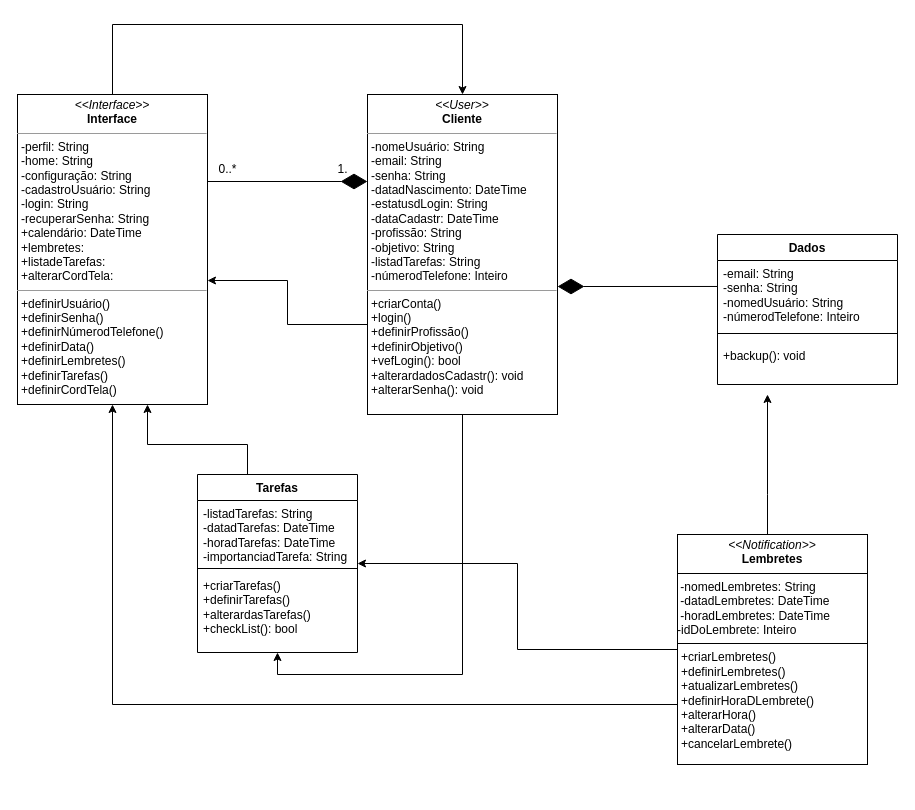
Earlier version of the draw.io diagram docs/img/Diagrama de classe.drawio (ICEI-PUC-Minas-PMV-ADS/pmv-ads-2024-1-e2-proj-int-t3-grupo03). Source tidied: cells renumbered, new cells numbered last; positions are measured from the earlier drawing's top-left corner, leaving out a move shared by most shapes. Both pictures are drawn from the tidied source at 100%, with x=0, y=0 at pixel (17, 24).
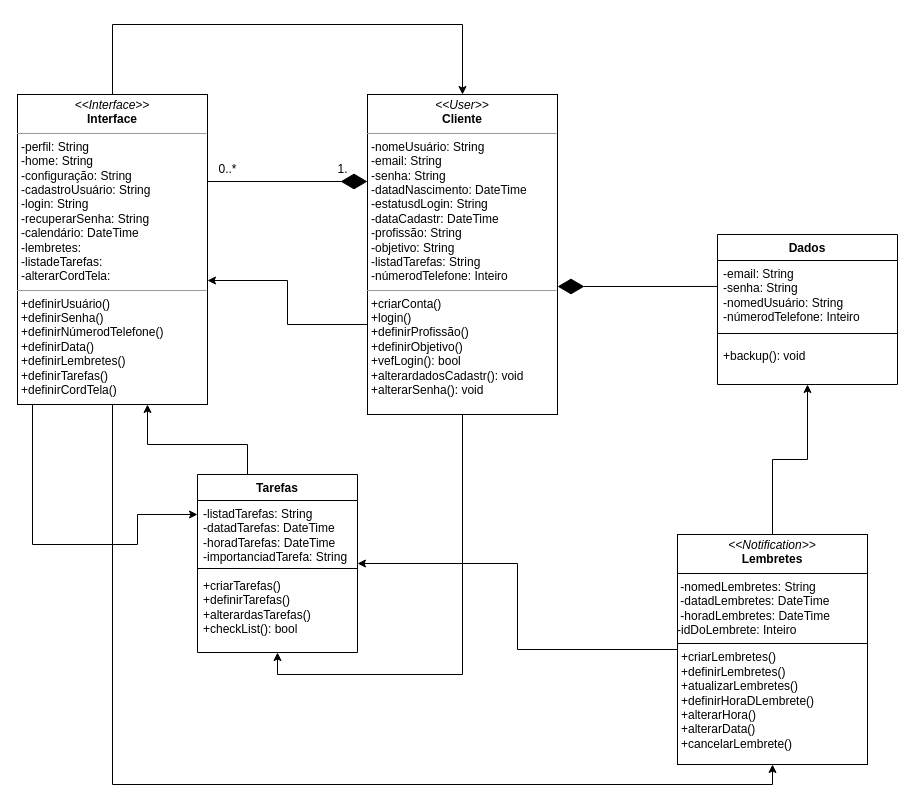
Above is the later version.

Commit message:
Diagrama de classe KIPA.drawio

Unchanged cells that the change refers to:
```xml
<mxCell id="18" value="&lt;p style=&quot;margin:0px;margin-top:4px;text-align:center;&quot;&gt;&lt;i&gt;&amp;lt;&amp;lt;Notification&amp;gt;&amp;gt;&lt;/i&gt;&lt;br&gt;&lt;b&gt;Lembretes&lt;/b&gt;&lt;/p&gt;&lt;hr size=&quot;1&quot; style=&quot;border-style:solid;&quot;&gt;&lt;div&gt;&lt;span style=&quot;text-wrap: nowrap;&quot;&gt;&amp;nbsp;-nomedLembretes:&amp;nbsp;&lt;/span&gt;&lt;span style=&quot;text-wrap: nowrap; background-color: initial;&quot;&gt;String&lt;/span&gt;&lt;span style=&quot;background-color: initial;&quot;&gt;&lt;span style=&quot;text-wrap: nowrap;&quot;&gt;&lt;br&gt;&lt;/span&gt;&lt;/span&gt;&lt;/div&gt;&lt;div&gt;&lt;span style=&quot;background-color: initial;&quot;&gt;&lt;span style=&quot;text-wrap: nowrap;&quot;&gt;&amp;nbsp;-datadLembretes:&amp;nbsp;&lt;/span&gt;&lt;/span&gt;&lt;span style=&quot;text-wrap: nowrap; background-color: initial;&quot;&gt;DateTime&lt;/span&gt;&lt;/div&gt;&lt;div&gt;&lt;span style=&quot;background-color: initial;&quot;&gt;&lt;span style=&quot;text-wrap: nowrap;&quot;&gt;&amp;nbsp;-horadLembretes:&amp;nbsp;&lt;/span&gt;&lt;/span&gt;&lt;span style=&quot;text-wrap: nowrap; background-color: initial;&quot;&gt;DateTime&lt;/span&gt;&lt;/div&gt;&lt;div&gt;&lt;span style=&quot;text-wrap: nowrap; background-color: initial;&quot;&gt;-idDoLembrete: Inteiro&lt;/span&gt;&lt;/div&gt;&lt;hr size=&quot;1&quot; style=&quot;border-style:solid;&quot;&gt;&lt;p style=&quot;margin:0px;margin-left:4px;&quot;&gt;&lt;span style=&quot;text-wrap: nowrap;&quot;&gt;+criarLembretes()&lt;/span&gt;&lt;span style=&quot;text-wrap: nowrap;&quot;&gt;&lt;br&gt;&lt;/span&gt;&lt;/p&gt;&lt;p style=&quot;margin:0px;margin-left:4px;&quot;&gt;&lt;span style=&quot;text-wrap: nowrap;&quot;&gt;+definirLembretes()&lt;/span&gt;&lt;br&gt;&lt;/p&gt;&lt;p style=&quot;margin:0px;margin-left:4px;&quot;&gt;&lt;span style=&quot;text-wrap: nowrap;&quot;&gt;+atualizarLembretes()&lt;/span&gt;&lt;/p&gt;&lt;p style=&quot;margin:0px;margin-left:4px;&quot;&gt;&lt;span style=&quot;text-wrap: nowrap;&quot;&gt;+definirHoraDLembrete()&lt;/span&gt;&lt;/p&gt;&lt;p style=&quot;margin:0px;margin-left:4px;&quot;&gt;&lt;span style=&quot;text-wrap: nowrap;&quot;&gt;+alterarHora()&lt;/span&gt;&lt;/p&gt;&lt;p style=&quot;margin:0px;margin-left:4px;&quot;&gt;&lt;span style=&quot;text-wrap: nowrap;&quot;&gt;+alterarData()&lt;/span&gt;&lt;/p&gt;&lt;p style=&quot;margin:0px;margin-left:4px;&quot;&gt;&lt;span style=&quot;text-wrap: nowrap;&quot;&gt;+cancelarLembrete()&lt;/span&gt;&lt;/p&gt;" style="verticalAlign=top;align=left;overflow=fill;html=1;whiteSpace=wrap;" parent="1" vertex="1">
  <mxGeometry x="660" y="510" width="190" height="230" as="geometry" />
</mxCell>
<mxCell id="19" value="Dados" style="swimlane;fontStyle=1;align=center;verticalAlign=top;horizontal=1;startSize=26;whiteSpace=wrap;html=1;" parent="1" vertex="1">
  <mxGeometry x="700" y="210" width="180" height="150" as="geometry" />
</mxCell>
```

What changed in the source:
```diff
@@
+    <mxCell id="24" style="edgeStyle=orthogonalEdgeStyle;rounded=0;jettySize=auto;html=1;" parent="1" edge="1" source="3" target="18">
+      <mxGeometry relative="1" as="geometry">
+        <Array as="points">
+          <mxPoint x="95" y="760" />
+          <mxPoint x="755" y="760" />
+        </Array>
+      </mxGeometry>
+    </mxCell>
+    <mxCell id="25" style="edgeStyle=orthogonalEdgeStyle;rounded=0;jettySize=auto;html=1;" parent="1" edge="1" source="3">
+      <mxGeometry relative="1" as="geometry">
+        <mxPoint x="180" y="490" as="targetPoint" />
+        <Array as="points">
+          <mxPoint x="15" y="520" />
+          <mxPoint x="120" y="520" />
+          <mxPoint x="120" y="490" />
+        </Array>
+      </mxGeometry>
+    </mxCell>
-    <mxCell id="3" value="&lt;p style=&quot;margin:0px;margin-top:4px;text-align:center;&quot;&gt;&lt;i&gt;&amp;lt;&amp;lt;Interface&amp;gt;&amp;gt;&lt;/i&gt;&lt;br&gt;&lt;b&gt;Interface&lt;/b&gt;&lt;/p&gt;&lt;hr size=&quot;1&quot;&gt;&lt;p style=&quot;margin: 0px 0px 0px 4px;&quot;&gt;&lt;span style=&quot;background-color: initial;&quot;&gt;-perfil: String&lt;/span&gt;&lt;/p&gt;&lt;p style=&quot;margin: 0px 0px 0px 4px;&quot;&gt;&lt;span style=&quot;background-color: initial;&quot;&gt;-home: String&lt;/span&gt;&lt;/p&gt;&lt;p style=&quot;margin: 0px 0px 0px 4px;&quot;&gt;&lt;span style=&quot;background-color: initial;&quot;&gt;-configuração: String&lt;/span&gt;&lt;/p&gt;&lt;p style=&quot;margin:0px;margin-left:4px;&quot;&gt;-cadastroUsuário:&amp;nbsp;&lt;span style=&quot;background-color: initial;&quot;&gt;String&lt;/span&gt;&lt;/p&gt;&lt;p style=&quot;margin:0px;margin-left:4px;&quot;&gt;-login:&amp;nbsp;&lt;span style=&quot;background-color: initial;&quot;&gt;String&lt;/span&gt;&lt;/p&gt;&lt;p style=&quot;margin:0px;margin-left:4px;&quot;&gt;-recuperarSenha:&amp;nbsp;&lt;span style=&quot;background-color: initial;&quot;&gt;String&lt;/span&gt;&lt;/p&gt;&lt;p style=&quot;margin:0px;margin-left:4px;&quot;&gt;+calendário:&amp;nbsp;&lt;span style=&quot;background-color: initial;&quot;&gt;DateTime&lt;/span&gt;&lt;/p&gt;&lt;p style=&quot;margin:0px;margin-left:4px;&quot;&gt;+lembretes:&amp;nbsp;&lt;/p&gt;&lt;p style=&quot;margin:0px;margin-left:4px;&quot;&gt;&lt;span style=&quot;background-color: initial;&quot;&gt;+listadeTarefas:&amp;nbsp;&lt;/span&gt;&lt;br&gt;&lt;/p&gt;&lt;p style=&quot;margin:0px;margin-left:4px;&quot;&gt;&lt;span style=&quot;background-color: initial;&quot;&gt;+alterarCordTela:&amp;nbsp;&lt;/span&gt;&lt;/p&gt;&lt;hr size=&quot;1&quot;&gt;&lt;p style=&quot;margin: 0px 0px 0px 4px;&quot;&gt;+definirUsuário()&lt;/p&gt;&lt;p style=&quot;margin:0px;margin-left:4px;&quot;&gt;&lt;span style=&quot;background-color: initial;&quot;&gt;+definirSenha()&lt;/span&gt;&lt;br&gt;&lt;/p&gt;&lt;p style=&quot;margin:0px;margin-left:4px;&quot;&gt;+definirNúmerodTelefone()&lt;/p&gt;&lt;p style=&quot;margin:0px;margin-left:4px;&quot;&gt;+definirData()&lt;br&gt;&lt;/p&gt;&lt;p style=&quot;margin:0px;margin-left:4px;&quot;&gt;+definirLembretes()&lt;/p&gt;&lt;p style=&quot;margin:0px;margin-left:4px;&quot;&gt;+definirTarefas()&lt;/p&gt;&lt;p style=&quot;margin: 0px 0px 0px 4px;&quot;&gt;+definirCordTela()&lt;/p&gt;&lt;p style=&quot;margin:0px;margin-left:4px;&quot;&gt;&lt;br&gt;&lt;/p&gt;&lt;p style=&quot;margin:0px;margin-left:4px;&quot;&gt;&lt;br&gt;&lt;/p&gt;&lt;p style=&quot;margin:0px;margin-left:4px;&quot;&gt;&lt;br&gt;&lt;/p&gt;" style="verticalAlign=top;align=left;overflow=fill;fontSize=12;fontFamily=Helvetica;html=1;rounded=0;shadow=0;comic=0;labelBackgroundColor=none;strokeWidth=1;" parent="1" vertex="1">
+    <mxCell id="3" value="&lt;p style=&quot;margin:0px;margin-top:4px;text-align:center;&quot;&gt;&lt;i&gt;&amp;lt;&amp;lt;Interface&amp;gt;&amp;gt;&lt;/i&gt;&lt;br&gt;&lt;b&gt;Interface&lt;/b&gt;&lt;/p&gt;&lt;hr size=&quot;1&quot;&gt;&lt;p style=&quot;margin: 0px 0px 0px 4px;&quot;&gt;&lt;span style=&quot;background-color: initial;&quot;&gt;-perfil: String&lt;/span&gt;&lt;/p&gt;&lt;p style=&quot;margin: 0px 0px 0px 4px;&quot;&gt;&lt;span style=&quot;background-color: initial;&quot;&gt;-home: String&lt;/span&gt;&lt;/p&gt;&lt;p style=&quot;margin: 0px 0px 0px 4px;&quot;&gt;&lt;span style=&quot;background-color: initial;&quot;&gt;-configuração: String&lt;/span&gt;&lt;/p&gt;&lt;p style=&quot;margin:0px;margin-left:4px;&quot;&gt;-cadastroUsuário:&amp;nbsp;&lt;span style=&quot;background-color: initial;&quot;&gt;String&lt;/span&gt;&lt;/p&gt;&lt;p style=&quot;margin:0px;margin-left:4px;&quot;&gt;-login:&amp;nbsp;&lt;span style=&quot;background-color: initial;&quot;&gt;String&lt;/span&gt;&lt;/p&gt;&lt;p style=&quot;margin:0px;margin-left:4px;&quot;&gt;-recuperarSenha:&amp;nbsp;&lt;span style=&quot;background-color: initial;&quot;&gt;String&lt;/span&gt;&lt;/p&gt;&lt;p style=&quot;margin:0px;margin-left:4px;&quot;&gt;-calendário:&amp;nbsp;&lt;span style=&quot;background-color: initial;&quot;&gt;DateTime&lt;/span&gt;&lt;/p&gt;&lt;p style=&quot;margin:0px;margin-left:4px;&quot;&gt;-lembretes:&amp;nbsp;&lt;/p&gt;&lt;p style=&quot;margin:0px;margin-left:4px;&quot;&gt;&lt;span style=&quot;background-color: initial;&quot;&gt;-listadeTarefas:&amp;nbsp;&lt;/span&gt;&lt;br&gt;&lt;/p&gt;&lt;p style=&quot;margin:0px;margin-left:4px;&quot;&gt;&lt;span style=&quot;background-color: initial;&quot;&gt;-alterarCordTela:&amp;nbsp;&lt;/span&gt;&lt;/p&gt;&lt;hr size=&quot;1&quot;&gt;&lt;p style=&quot;margin: 0px 0px 0px 4px;&quot;&gt;+definirUsuário()&lt;/p&gt;&lt;p style=&quot;margin:0px;margin-left:4px;&quot;&gt;&lt;span style=&quot;background-color: initial;&quot;&gt;+definirSenha()&lt;/span&gt;&lt;br&gt;&lt;/p&gt;&lt;p style=&quot;margin:0px;margin-left:4px;&quot;&gt;+definirNúmerodTelefone()&lt;/p&gt;&lt;p style=&quot;margin:0px;margin-left:4px;&quot;&gt;+definirData()&lt;br&gt;&lt;/p&gt;&lt;p style=&quot;margin:0px;margin-left:4px;&quot;&gt;+definirLembretes()&lt;/p&gt;&lt;p style=&quot;margin:0px;margin-left:4px;&quot;&gt;+definirTarefas()&lt;/p&gt;&lt;p style=&quot;margin: 0px 0px 0px 4px;&quot;&gt;+definirCordTela()&lt;/p&gt;&lt;p style=&quot;margin:0px;margin-left:4px;&quot;&gt;&lt;br&gt;&lt;/p&gt;&lt;p style=&quot;margin:0px;margin-left:4px;&quot;&gt;&lt;br&gt;&lt;/p&gt;&lt;p style=&quot;margin:0px;margin-left:4px;&quot;&gt;&lt;br&gt;&lt;/p&gt;" style="verticalAlign=top;align=left;overflow=fill;fontSize=12;fontFamily=Helvetica;html=1;rounded=0;shadow=0;comic=0;labelBackgroundColor=none;strokeWidth=1;" parent="1" vertex="1">
       <mxGeometry y="70" width="190" height="310" as="geometry" />
     </mxCell>
@@
-    <mxCell id="15" style="edgeStyle=orthogonalEdgeStyle;rounded=0;jettySize=auto;html=1;" parent="1" edge="1" source="18" target="3">
-      <mxGeometry relative="1" as="geometry">
-        <Array as="points">
-          <mxPoint x="755" y="680" />
-          <mxPoint x="95" y="680" />
-        </Array>
-      </mxGeometry>
-    </mxCell>
-    <mxCell id="16" style="edgeStyle=orthogonalEdgeStyle;rounded=0;jettySize=auto;html=1;" parent="1" edge="1" source="18">
-      <mxGeometry relative="1" as="geometry">
-        <mxPoint x="750" y="370" as="targetPoint" />
-        <Array as="points">
-          <mxPoint x="750" y="470" />
-          <mxPoint x="750" y="470" />
-        </Array>
-      </mxGeometry>
-    </mxCell>
@@
+    <mxCell id="26" style="edgeStyle=orthogonalEdgeStyle;rounded=0;jettySize=auto;html=1;" parent="1" edge="1" source="18" target="19">
+      <mxGeometry relative="1" as="geometry" />
+    </mxCell>
```
